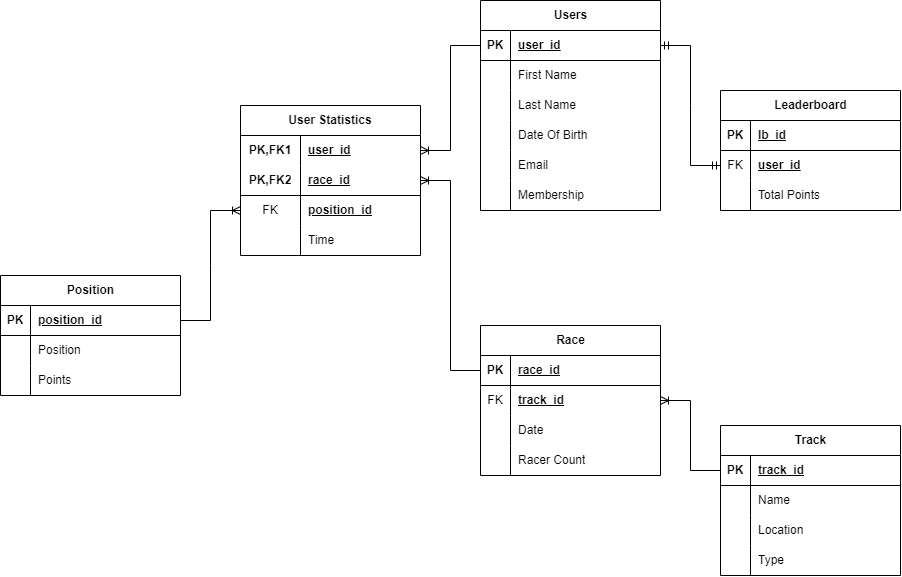
TeamSurreyKarting/website keeps this draw.io diagram as TeamSurreyKartingERD.png. Above is the earlier version. Source tidied: cells renumbered, new cells last; positions are measured from the earlier drawing's top-left corner, leaving out a move shared by most shapes.
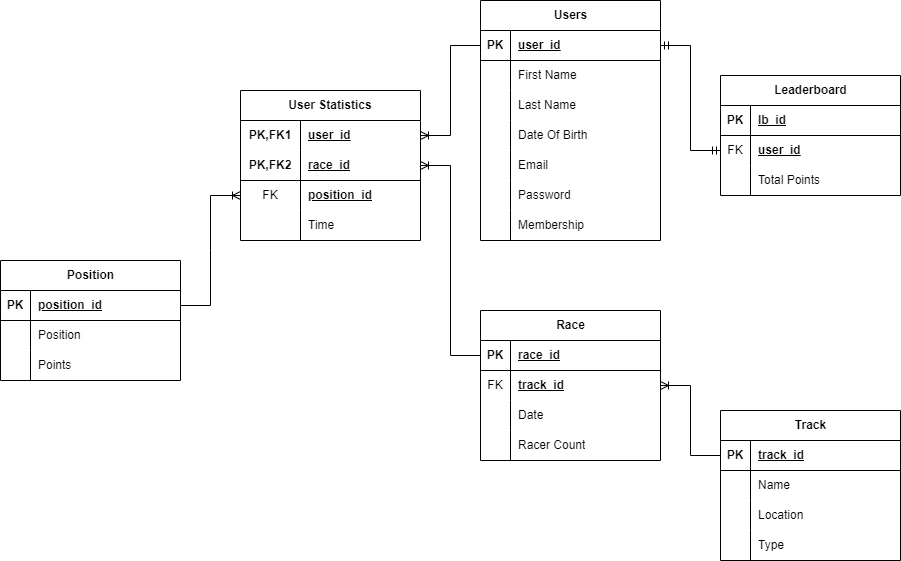
The same file after the commit.

What changed in the source:
```diff
@@ -3,7 +3,7 @@
     <mxCell id="0" />
     <mxCell id="1" parent="0" />
     <mxCell id="2" value="Users" style="shape=table;startSize=30;rowLines=0;fontStyle=1;align=center;html=1;" parent="1" vertex="1">
-      <mxGeometry x="480" width="180" height="210" as="geometry" />
+      <mxGeometry x="480" y="15" width="180" height="240" as="geometry" />
     </mxCell>
     <mxCell id="3" style="shape=tableRow;horizontal=0;startSize=0;swimlaneHead=0;swimlaneBody=0;fillColor=none;points=[[0,0.5],[1,0.5]];portConstraint=eastwest;top=0;left=0;right=0;bottom=1;" parent="2" vertex="1">
       <mxGeometry y="30" width="180" height="30" as="geometry" />
@@ -50,8 +50,17 @@
     <mxCell id="17" value="Email" style="shape=partialRectangle;fillColor=none;top=0;left=0;bottom=0;right=0;align=left;spacingLeft=6;overflow=hidden;whiteSpace=wrap;html=1;" parent="15" vertex="1">
       <mxGeometry x="30" width="150" height="30" as="geometry" />
     </mxCell>
+    <mxCell id="85" style="shape=tableRow;horizontal=0;startSize=0;swimlaneHead=0;swimlaneBody=0;fillColor=none;top=0;left=0;right=0;bottom=0;" parent="2" vertex="1">
+      <mxGeometry y="180" width="180" height="30" as="geometry" />
+    </mxCell>
+    <mxCell id="86" style="shape=partialRectangle;fillColor=none;top=0;left=0;bottom=0;right=0;overflow=hidden;whiteSpace=wrap;html=1;" parent="85" vertex="1">
+      <mxGeometry width="30" height="30" as="geometry" />
+    </mxCell>
+    <mxCell id="87" value="Password" style="shape=partialRectangle;fillColor=none;top=0;left=0;bottom=0;right=0;align=left;spacingLeft=6;overflow=hidden;whiteSpace=wrap;html=1;" parent="85" vertex="1">
+      <mxGeometry x="30" width="150" height="30" as="geometry" />
+    </mxCell>
     <mxCell id="18" style="shape=tableRow;horizontal=0;startSize=0;swimlaneHead=0;swimlaneBody=0;fillColor=none;top=0;left=0;right=0;bottom=0;" parent="2" vertex="1">
-      <mxGeometry y="180" width="180" height="30" as="geometry" />
+      <mxGeometry y="210" width="180" height="30" as="geometry" />
     </mxCell>
     <mxCell id="19" style="shape=partialRectangle;fillColor=none;top=0;left=0;bottom=0;right=0;overflow=hidden;whiteSpace=wrap;html=1;" parent="18" vertex="1">
       <mxGeometry width="30" height="30" as="geometry" />
```
